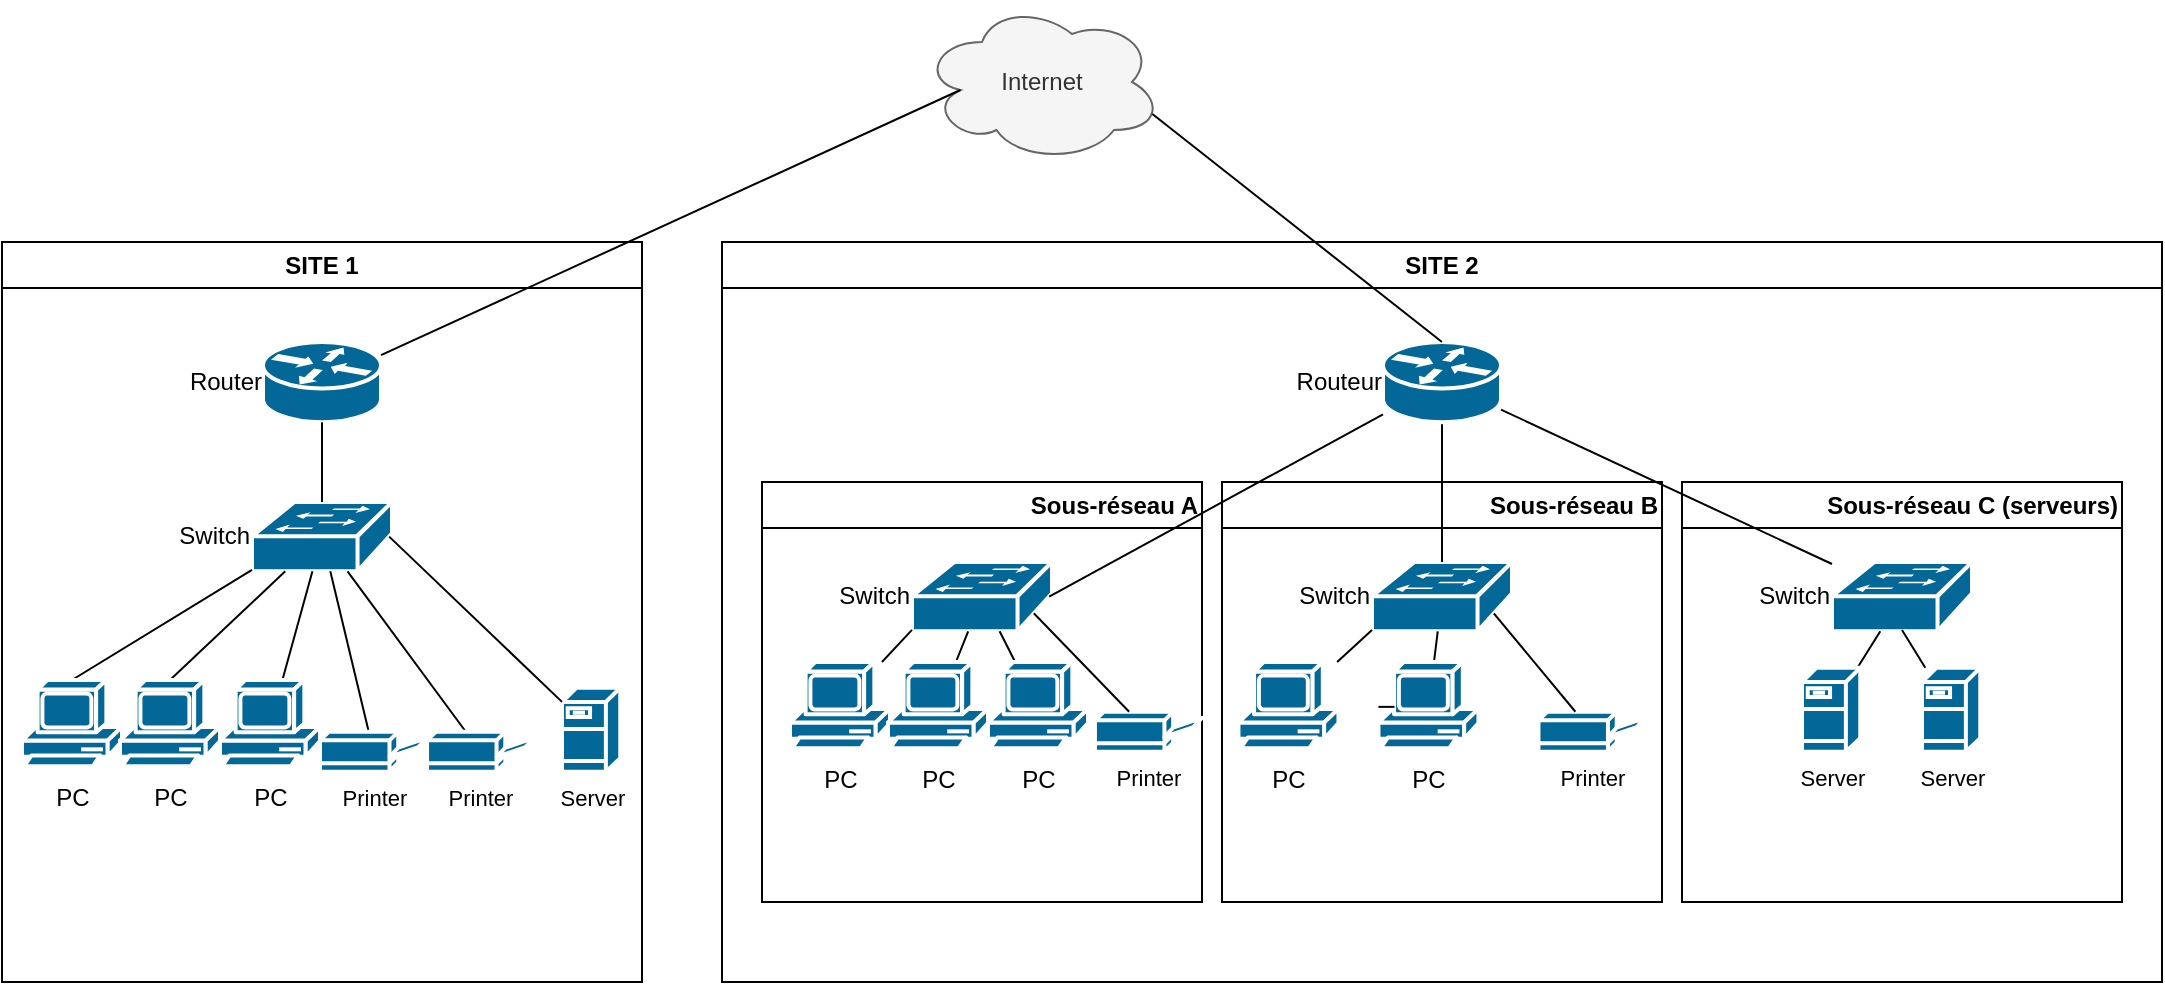
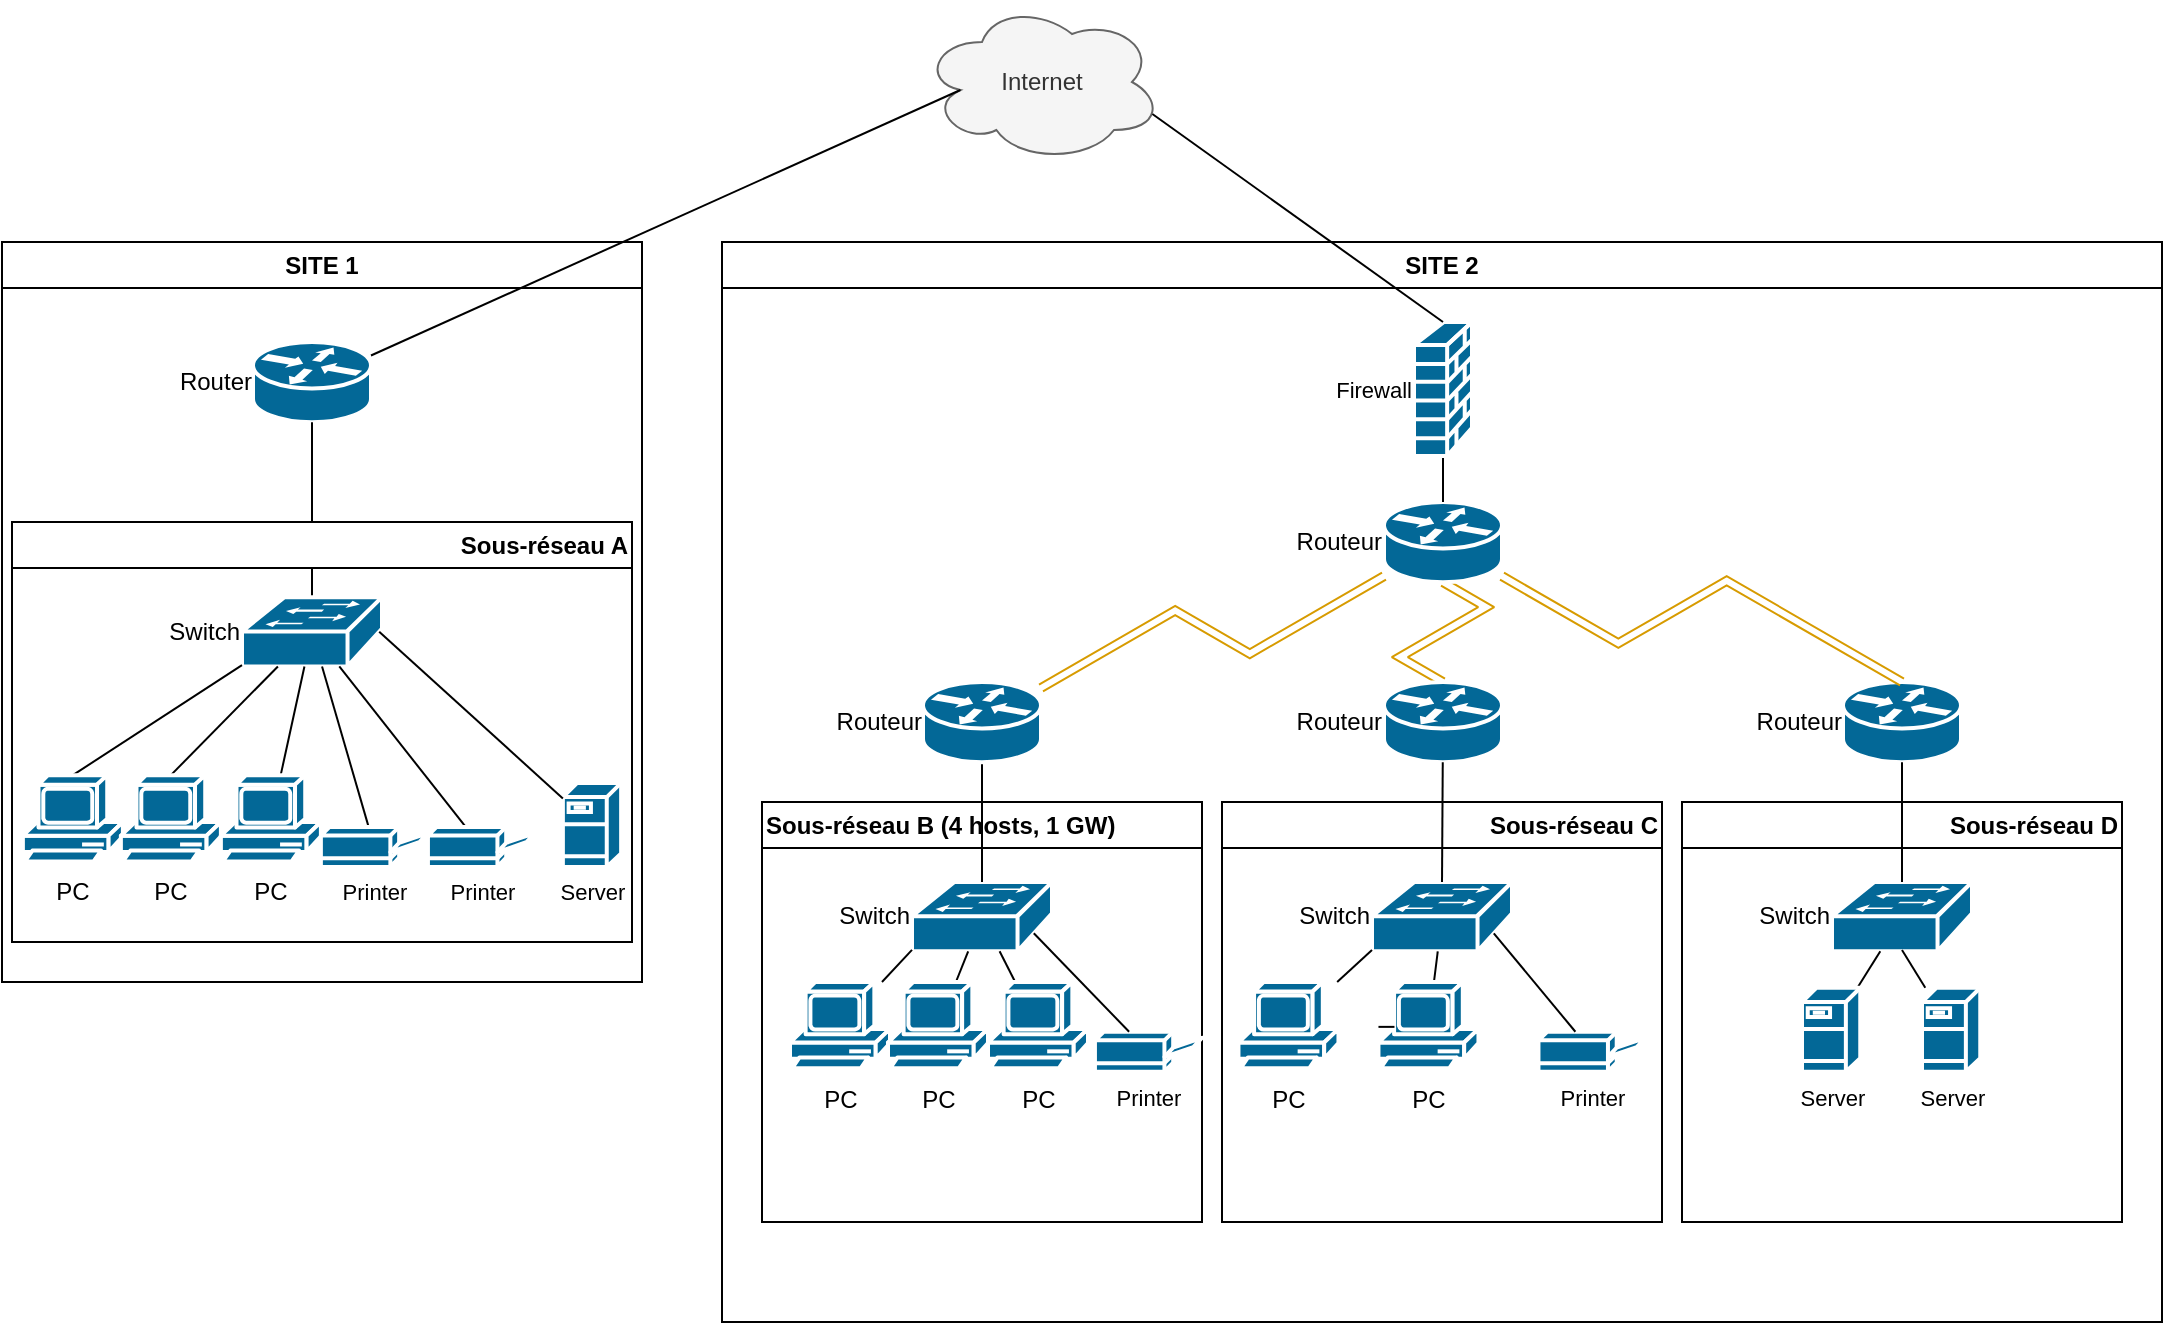
<mxfile host="app.diagrams.net">
  <diagram name="Page-1" id="ekn4VuCVdfrbBKzGEbSc">
-     <mxGraphModel dx="1285" dy="633" grid="1" gridSize="10" guides="1" tooltips="1" connect="1" arrows="1" fold="1" page="1" pageScale="1" pageWidth="827" pageHeight="1169" math="0" shadow="0">
+     <mxGraphModel dx="912" dy="449" grid="1" gridSize="10" guides="1" tooltips="1" connect="1" arrows="1" fold="1" page="1" pageScale="1" pageWidth="827" pageHeight="1169" math="0" shadow="0">
      <root>
        <mxCell id="0" />
        <mxCell id="1" parent="0" />
        <mxCell id="f7Ks8EoNQ2PZTetNXwv1-2496" parent="1" style="ellipse;shape=cloud;whiteSpace=wrap;html=1;fillColor=#f5f5f5;fontColor=#333333;strokeColor=#666666;" value="Internet" vertex="1">
          <mxGeometry height="80" width="120" x="480" y="70" as="geometry" />
        </mxCell>
        <mxCell id="f7Ks8EoNQ2PZTetNXwv1-2497" parent="1" style="swimlane;whiteSpace=wrap;html=1;startSize=23;" value="SITE 1" vertex="1">
          <mxGeometry height="370" width="320" x="20" y="190" as="geometry" />
        </mxCell>
        <mxCell id="f7Ks8EoNQ2PZTetNXwv1-2548" parent="f7Ks8EoNQ2PZTetNXwv1-2497" style="strokeColor=#ffffff;sketch=0;html=1;pointerEvents=1;dashed=0;fillColor=#036897;strokeWidth=2;verticalLabelPosition=middle;verticalAlign=middle;align=right;outlineConnect=0;shape=mxgraph.cisco.routers.router;labelBackgroundColor=none;labelPosition=left;" value="Router" vertex="1">
-           <mxGeometry height="40.09" width="59" x="130.5" y="50" as="geometry" />
+           <mxGeometry height="40.09" width="59" x="125.5" y="50" as="geometry" />
        </mxCell>
-         <mxCell id="f7Ks8EoNQ2PZTetNXwv1-2552" parent="f7Ks8EoNQ2PZTetNXwv1-2497" style="strokeColor=#ffffff;sketch=0;html=1;pointerEvents=1;dashed=0;fillColor=#036897;strokeWidth=2;verticalLabelPosition=middle;verticalAlign=middle;align=right;outlineConnect=0;shape=mxgraph.cisco.switches.workgroup_switch;labelPosition=left;" value="Switch" vertex="1">
-           <mxGeometry height="34.65" width="70" x="125" y="130" as="geometry" />
+         <mxCell id="f7Ks8EoNQ2PZTetNXwv1-2555" edge="1" parent="f7Ks8EoNQ2PZTetNXwv1-2497" source="mVMcnRNJooNBmQ9YAk_B-56" style="edgeStyle=orthogonalEdgeStyle;rounded=0;orthogonalLoop=1;jettySize=auto;html=1;entryX=0.5;entryY=1;entryDx=0;entryDy=0;entryPerimeter=0;endArrow=none;endFill=0;" target="f7Ks8EoNQ2PZTetNXwv1-2548">
+           <mxGeometry relative="1" as="geometry">
+             <mxPoint x="160.0666666666666" y="130" as="sourcePoint" />
+           </mxGeometry>
        </mxCell>
-         <mxCell id="f7Ks8EoNQ2PZTetNXwv1-2555" edge="1" parent="f7Ks8EoNQ2PZTetNXwv1-2497" source="f7Ks8EoNQ2PZTetNXwv1-2552" style="edgeStyle=orthogonalEdgeStyle;rounded=0;orthogonalLoop=1;jettySize=auto;html=1;entryX=0.5;entryY=1;entryDx=0;entryDy=0;entryPerimeter=0;endArrow=none;endFill=0;" target="f7Ks8EoNQ2PZTetNXwv1-2548">
+         <mxCell id="mVMcnRNJooNBmQ9YAk_B-55" parent="f7Ks8EoNQ2PZTetNXwv1-2497" style="swimlane;whiteSpace=wrap;html=1;align=right;" value="&lt;div align=&quot;right&quot;&gt;Sous-réseau A&lt;/div&gt;" vertex="1">
+           <mxGeometry height="210" width="310" x="5" y="140" as="geometry" />
+         </mxCell>
+         <mxCell id="mVMcnRNJooNBmQ9YAk_B-56" parent="mVMcnRNJooNBmQ9YAk_B-55" style="strokeColor=#ffffff;sketch=0;html=1;pointerEvents=1;dashed=0;fillColor=#036897;strokeWidth=2;verticalLabelPosition=middle;verticalAlign=middle;align=right;outlineConnect=0;shape=mxgraph.cisco.switches.workgroup_switch;labelPosition=left;" value="Switch" vertex="1">
+           <mxGeometry height="34.65" width="70" x="115" y="37.57" as="geometry" />
+         </mxCell>
+         <mxCell id="mVMcnRNJooNBmQ9YAk_B-57" edge="1" parent="mVMcnRNJooNBmQ9YAk_B-55" source="mVMcnRNJooNBmQ9YAk_B-58" style="rounded=0;orthogonalLoop=1;jettySize=auto;html=1;startArrow=none;startFill=0;endArrow=none;endFill=0;entryX=0;entryY=0.98;entryDx=0;entryDy=0;entryPerimeter=0;exitX=0.5;exitY=0;exitDx=0;exitDy=0;exitPerimeter=0;" target="mVMcnRNJooNBmQ9YAk_B-56">
          <mxGeometry relative="1" as="geometry" />
        </mxCell>
-         <mxCell id="f7Ks8EoNQ2PZTetNXwv1-2560" edge="1" parent="f7Ks8EoNQ2PZTetNXwv1-2497" source="f7Ks8EoNQ2PZTetNXwv1-2556" style="rounded=0;orthogonalLoop=1;jettySize=auto;html=1;startArrow=none;startFill=0;endArrow=none;endFill=0;entryX=0;entryY=0.98;entryDx=0;entryDy=0;entryPerimeter=0;exitX=0.5;exitY=0;exitDx=0;exitDy=0;exitPerimeter=0;" target="f7Ks8EoNQ2PZTetNXwv1-2552">
+         <mxCell id="mVMcnRNJooNBmQ9YAk_B-58" parent="mVMcnRNJooNBmQ9YAk_B-55" style="sketch=0;html=1;pointerEvents=1;dashed=0;fillColor=#036897;strokeColor=#ffffff;strokeWidth=2;verticalLabelPosition=bottom;verticalAlign=top;align=center;outlineConnect=0;shape=mxgraph.cisco.computers_and_peripherals.pc;" value="PC" vertex="1">
+           <mxGeometry height="44.87" width="50" x="5.439999999999997" y="126.57" as="geometry" />
+         </mxCell>
+         <mxCell id="mVMcnRNJooNBmQ9YAk_B-59" edge="1" parent="mVMcnRNJooNBmQ9YAk_B-55" source="mVMcnRNJooNBmQ9YAk_B-60" style="rounded=0;orthogonalLoop=1;jettySize=auto;html=1;endArrow=none;endFill=0;exitX=0.5;exitY=0;exitDx=0;exitDy=0;exitPerimeter=0;" target="mVMcnRNJooNBmQ9YAk_B-56">
          <mxGeometry relative="1" as="geometry" />
        </mxCell>
-         <mxCell id="f7Ks8EoNQ2PZTetNXwv1-2556" parent="f7Ks8EoNQ2PZTetNXwv1-2497" style="sketch=0;html=1;pointerEvents=1;dashed=0;fillColor=#036897;strokeColor=#ffffff;strokeWidth=2;verticalLabelPosition=bottom;verticalAlign=top;align=center;outlineConnect=0;shape=mxgraph.cisco.computers_and_peripherals.pc;" value="PC" vertex="1">
-           <mxGeometry height="44.87" width="50" x="10" y="219" as="geometry" />
+         <mxCell id="mVMcnRNJooNBmQ9YAk_B-60" parent="mVMcnRNJooNBmQ9YAk_B-55" style="sketch=0;html=1;pointerEvents=1;dashed=0;fillColor=#036897;strokeColor=#ffffff;strokeWidth=2;verticalLabelPosition=bottom;verticalAlign=top;align=center;outlineConnect=0;shape=mxgraph.cisco.computers_and_peripherals.pc;" value="PC" vertex="1">
+           <mxGeometry height="44.87" width="50" x="54.44" y="126.57" as="geometry" />
        </mxCell>
-         <mxCell id="f7Ks8EoNQ2PZTetNXwv1-2561" edge="1" parent="f7Ks8EoNQ2PZTetNXwv1-2497" source="f7Ks8EoNQ2PZTetNXwv1-2557" style="rounded=0;orthogonalLoop=1;jettySize=auto;html=1;endArrow=none;endFill=0;exitX=0.5;exitY=0;exitDx=0;exitDy=0;exitPerimeter=0;" target="f7Ks8EoNQ2PZTetNXwv1-2552">
+         <mxCell id="mVMcnRNJooNBmQ9YAk_B-61" edge="1" parent="mVMcnRNJooNBmQ9YAk_B-55" source="mVMcnRNJooNBmQ9YAk_B-62" style="edgeStyle=none;shape=connector;rounded=0;orthogonalLoop=1;jettySize=auto;html=1;strokeColor=default;align=center;verticalAlign=middle;fontFamily=Helvetica;fontSize=11;fontColor=default;labelBackgroundColor=default;endArrow=none;endFill=0;" target="mVMcnRNJooNBmQ9YAk_B-56">
          <mxGeometry relative="1" as="geometry" />
        </mxCell>
-         <mxCell id="f7Ks8EoNQ2PZTetNXwv1-2557" parent="f7Ks8EoNQ2PZTetNXwv1-2497" style="sketch=0;html=1;pointerEvents=1;dashed=0;fillColor=#036897;strokeColor=#ffffff;strokeWidth=2;verticalLabelPosition=bottom;verticalAlign=top;align=center;outlineConnect=0;shape=mxgraph.cisco.computers_and_peripherals.pc;" value="PC" vertex="1">
-           <mxGeometry height="44.87" width="50" x="59" y="219" as="geometry" />
+         <mxCell id="mVMcnRNJooNBmQ9YAk_B-62" parent="mVMcnRNJooNBmQ9YAk_B-55" style="sketch=0;html=1;pointerEvents=1;dashed=0;fillColor=#036897;strokeColor=#ffffff;strokeWidth=2;verticalLabelPosition=bottom;verticalAlign=top;align=center;outlineConnect=0;shape=mxgraph.cisco.computers_and_peripherals.pc;" value="PC" vertex="1">
+           <mxGeometry height="44.87" width="50" x="104.44" y="126.57" as="geometry" />
        </mxCell>
-         <mxCell id="f7Ks8EoNQ2PZTetNXwv1-2562" edge="1" parent="f7Ks8EoNQ2PZTetNXwv1-2497" source="f7Ks8EoNQ2PZTetNXwv1-2558" style="edgeStyle=none;shape=connector;rounded=0;orthogonalLoop=1;jettySize=auto;html=1;strokeColor=default;align=center;verticalAlign=middle;fontFamily=Helvetica;fontSize=11;fontColor=default;labelBackgroundColor=default;endArrow=none;endFill=0;" target="f7Ks8EoNQ2PZTetNXwv1-2552">
+         <mxCell id="mVMcnRNJooNBmQ9YAk_B-63" edge="1" parent="mVMcnRNJooNBmQ9YAk_B-55" source="mVMcnRNJooNBmQ9YAk_B-64" style="edgeStyle=none;shape=connector;rounded=0;orthogonalLoop=1;jettySize=auto;html=1;strokeColor=default;align=center;verticalAlign=middle;fontFamily=Helvetica;fontSize=11;fontColor=default;labelBackgroundColor=default;endArrow=none;endFill=0;" target="mVMcnRNJooNBmQ9YAk_B-56">
          <mxGeometry relative="1" as="geometry" />
        </mxCell>
-         <mxCell id="f7Ks8EoNQ2PZTetNXwv1-2558" parent="f7Ks8EoNQ2PZTetNXwv1-2497" style="sketch=0;html=1;pointerEvents=1;dashed=0;fillColor=#036897;strokeColor=#ffffff;strokeWidth=2;verticalLabelPosition=bottom;verticalAlign=top;align=center;outlineConnect=0;shape=mxgraph.cisco.computers_and_peripherals.pc;" value="PC" vertex="1">
-           <mxGeometry height="44.87" width="50" x="109" y="219" as="geometry" />
+         <mxCell id="mVMcnRNJooNBmQ9YAk_B-64" parent="mVMcnRNJooNBmQ9YAk_B-55" style="sketch=0;html=1;pointerEvents=1;dashed=0;fillColor=#036897;strokeColor=#ffffff;strokeWidth=2;verticalLabelPosition=bottom;verticalAlign=top;align=center;outlineConnect=0;shape=mxgraph.cisco.computers_and_peripherals.printer;fontFamily=Helvetica;fontSize=11;fontColor=default;labelBackgroundColor=default;" value="Printer" vertex="1">
+           <mxGeometry height="20" width="53.53" x="207.96999999999997" y="152.44" as="geometry" />
        </mxCell>
-         <mxCell id="f7Ks8EoNQ2PZTetNXwv1-2568" edge="1" parent="f7Ks8EoNQ2PZTetNXwv1-2497" source="f7Ks8EoNQ2PZTetNXwv1-2564" style="edgeStyle=none;shape=connector;rounded=0;orthogonalLoop=1;jettySize=auto;html=1;strokeColor=default;align=center;verticalAlign=middle;fontFamily=Helvetica;fontSize=11;fontColor=default;labelBackgroundColor=default;endArrow=none;endFill=0;" target="f7Ks8EoNQ2PZTetNXwv1-2552">
+         <mxCell id="mVMcnRNJooNBmQ9YAk_B-65" edge="1" parent="mVMcnRNJooNBmQ9YAk_B-55" source="mVMcnRNJooNBmQ9YAk_B-66" style="edgeStyle=none;shape=connector;rounded=0;orthogonalLoop=1;jettySize=auto;html=1;strokeColor=default;align=center;verticalAlign=middle;fontFamily=Helvetica;fontSize=11;fontColor=default;labelBackgroundColor=default;endArrow=none;endFill=0;" target="mVMcnRNJooNBmQ9YAk_B-56">
          <mxGeometry relative="1" as="geometry" />
        </mxCell>
-         <mxCell id="f7Ks8EoNQ2PZTetNXwv1-2564" parent="f7Ks8EoNQ2PZTetNXwv1-2497" style="sketch=0;html=1;pointerEvents=1;dashed=0;fillColor=#036897;strokeColor=#ffffff;strokeWidth=2;verticalLabelPosition=bottom;verticalAlign=top;align=center;outlineConnect=0;shape=mxgraph.cisco.computers_and_peripherals.printer;fontFamily=Helvetica;fontSize=11;fontColor=default;labelBackgroundColor=default;" value="Printer" vertex="1">
-           <mxGeometry height="20" width="53.53" x="212.53" y="244.87" as="geometry" />
+         <mxCell id="mVMcnRNJooNBmQ9YAk_B-66" parent="mVMcnRNJooNBmQ9YAk_B-55" style="sketch=0;html=1;pointerEvents=1;dashed=0;fillColor=#036897;strokeColor=#ffffff;strokeWidth=2;verticalLabelPosition=bottom;verticalAlign=top;align=center;outlineConnect=0;shape=mxgraph.cisco.computers_and_peripherals.printer;fontFamily=Helvetica;fontSize=11;fontColor=default;labelBackgroundColor=default;" value="Printer" vertex="1">
+           <mxGeometry height="20" width="53.53" x="154.44" y="152.44" as="geometry" />
        </mxCell>
-         <mxCell id="f7Ks8EoNQ2PZTetNXwv1-2567" edge="1" parent="f7Ks8EoNQ2PZTetNXwv1-2497" source="f7Ks8EoNQ2PZTetNXwv1-2565" style="edgeStyle=none;shape=connector;rounded=0;orthogonalLoop=1;jettySize=auto;html=1;strokeColor=default;align=center;verticalAlign=middle;fontFamily=Helvetica;fontSize=11;fontColor=default;labelBackgroundColor=default;endArrow=none;endFill=0;" target="f7Ks8EoNQ2PZTetNXwv1-2552">
-           <mxGeometry relative="1" as="geometry" />
+         <mxCell id="mVMcnRNJooNBmQ9YAk_B-67" parent="mVMcnRNJooNBmQ9YAk_B-55" style="strokeColor=#ffffff;sketch=0;html=1;pointerEvents=1;dashed=0;fillColor=#036897;strokeWidth=2;verticalLabelPosition=bottom;verticalAlign=top;align=center;outlineConnect=0;shape=mxgraph.cisco.servers.fileserver;fontFamily=Helvetica;fontSize=11;fontColor=default;labelBackgroundColor=default;" value="Server" vertex="1">
+           <mxGeometry height="42" width="29.13" x="275.44" y="130.44" as="geometry" />
        </mxCell>
-         <mxCell id="f7Ks8EoNQ2PZTetNXwv1-2565" parent="f7Ks8EoNQ2PZTetNXwv1-2497" style="sketch=0;html=1;pointerEvents=1;dashed=0;fillColor=#036897;strokeColor=#ffffff;strokeWidth=2;verticalLabelPosition=bottom;verticalAlign=top;align=center;outlineConnect=0;shape=mxgraph.cisco.computers_and_peripherals.printer;fontFamily=Helvetica;fontSize=11;fontColor=default;labelBackgroundColor=default;" value="Printer" vertex="1">
-           <mxGeometry height="20" width="53.53" x="159" y="244.87" as="geometry" />
-         </mxCell>
-         <mxCell id="f7Ks8EoNQ2PZTetNXwv1-2566" parent="f7Ks8EoNQ2PZTetNXwv1-2497" style="strokeColor=#ffffff;sketch=0;html=1;pointerEvents=1;dashed=0;fillColor=#036897;strokeWidth=2;verticalLabelPosition=bottom;verticalAlign=top;align=center;outlineConnect=0;shape=mxgraph.cisco.servers.fileserver;fontFamily=Helvetica;fontSize=11;fontColor=default;labelBackgroundColor=default;" value="Server" vertex="1">
-           <mxGeometry height="42" width="29.13" x="280" y="222.87" as="geometry" />
-         </mxCell>
-         <mxCell id="f7Ks8EoNQ2PZTetNXwv1-2569" edge="1" parent="f7Ks8EoNQ2PZTetNXwv1-2497" source="f7Ks8EoNQ2PZTetNXwv1-2566" style="edgeStyle=none;shape=connector;rounded=0;orthogonalLoop=1;jettySize=auto;html=1;entryX=0.98;entryY=0.5;entryDx=0;entryDy=0;entryPerimeter=0;strokeColor=default;align=center;verticalAlign=middle;fontFamily=Helvetica;fontSize=11;fontColor=default;labelBackgroundColor=default;endArrow=none;endFill=0;" target="f7Ks8EoNQ2PZTetNXwv1-2552">
+         <mxCell id="mVMcnRNJooNBmQ9YAk_B-68" edge="1" parent="mVMcnRNJooNBmQ9YAk_B-55" source="mVMcnRNJooNBmQ9YAk_B-67" style="edgeStyle=none;shape=connector;rounded=0;orthogonalLoop=1;jettySize=auto;html=1;entryX=0.98;entryY=0.5;entryDx=0;entryDy=0;entryPerimeter=0;strokeColor=default;align=center;verticalAlign=middle;fontFamily=Helvetica;fontSize=11;fontColor=default;labelBackgroundColor=default;endArrow=none;endFill=0;" target="mVMcnRNJooNBmQ9YAk_B-56">
          <mxGeometry relative="1" as="geometry" />
        </mxCell>
        <mxCell id="f7Ks8EoNQ2PZTetNXwv1-2513" parent="1" style="swimlane;whiteSpace=wrap;html=1;startSize=23;" value="SITE 2" vertex="1">
-           <mxGeometry height="370" width="720" x="380" y="190" as="geometry">
+           <mxGeometry height="540" width="720" x="380" y="190" as="geometry">
            <mxRectangle height="30" width="80" x="380" y="190" as="alternateBounds" />
          </mxGeometry>
        </mxCell>
-         <mxCell id="f7Ks8EoNQ2PZTetNXwv1-2515" parent="f7Ks8EoNQ2PZTetNXwv1-2513" style="swimlane;whiteSpace=wrap;html=1;align=right;" value="&lt;div align=&quot;right&quot;&gt;Sous-réseau A&lt;/div&gt;" vertex="1">
-           <mxGeometry height="210" width="220" x="20" y="120" as="geometry" />
+         <mxCell id="f7Ks8EoNQ2PZTetNXwv1-2515" parent="f7Ks8EoNQ2PZTetNXwv1-2513" style="swimlane;whiteSpace=wrap;html=1;align=left;" value="&lt;div align=&quot;left&quot;&gt;Sous-réseau B (4 hosts, 1 GW)&lt;/div&gt;" vertex="1">
+           <mxGeometry height="210" width="220" x="20" y="280" as="geometry" />
        </mxCell>
        <mxCell id="f7Ks8EoNQ2PZTetNXwv1-2570" parent="f7Ks8EoNQ2PZTetNXwv1-2515" style="strokeColor=#ffffff;sketch=0;html=1;pointerEvents=1;dashed=0;fillColor=#036897;strokeWidth=2;verticalLabelPosition=middle;verticalAlign=middle;align=right;outlineConnect=0;shape=mxgraph.cisco.switches.workgroup_switch;labelPosition=left;" value="Switch" vertex="1">
          <mxGeometry height="34.65" width="70" x="75" y="40" as="geometry" />
        </mxCell>
        <mxCell id="f7Ks8EoNQ2PZTetNXwv1-2576" parent="f7Ks8EoNQ2PZTetNXwv1-2515" style="sketch=0;html=1;pointerEvents=1;dashed=0;fillColor=#036897;strokeColor=#ffffff;strokeWidth=2;verticalLabelPosition=bottom;verticalAlign=top;align=center;outlineConnect=0;shape=mxgraph.cisco.computers_and_peripherals.pc;" value="PC" vertex="1">
          <mxGeometry height="44.87" width="50" x="14" y="90" as="geometry" />
        </mxCell>
        <mxCell id="f7Ks8EoNQ2PZTetNXwv1-2587" edge="1" parent="f7Ks8EoNQ2PZTetNXwv1-2515" source="f7Ks8EoNQ2PZTetNXwv1-2577" style="edgeStyle=none;shape=connector;rounded=0;orthogonalLoop=1;jettySize=auto;html=1;strokeColor=default;align=center;verticalAlign=middle;fontFamily=Helvetica;fontSize=11;fontColor=default;labelBackgroundColor=default;endArrow=none;endFill=0;" target="f7Ks8EoNQ2PZTetNXwv1-2570" value="">
          <mxGeometry relative="1" as="geometry" />
        </mxCell>
        <mxCell id="f7Ks8EoNQ2PZTetNXwv1-2577" parent="f7Ks8EoNQ2PZTetNXwv1-2515" style="sketch=0;html=1;pointerEvents=1;dashed=0;fillColor=#036897;strokeColor=#ffffff;strokeWidth=2;verticalLabelPosition=bottom;verticalAlign=top;align=center;outlineConnect=0;shape=mxgraph.cisco.computers_and_peripherals.pc;" value="PC" vertex="1">
          <mxGeometry height="44.87" width="50" x="63" y="90" as="geometry" />
        </mxCell>
        <mxCell id="f7Ks8EoNQ2PZTetNXwv1-2588" edge="1" parent="f7Ks8EoNQ2PZTetNXwv1-2515" source="f7Ks8EoNQ2PZTetNXwv1-2578" style="edgeStyle=none;shape=connector;rounded=0;orthogonalLoop=1;jettySize=auto;html=1;strokeColor=default;align=center;verticalAlign=middle;fontFamily=Helvetica;fontSize=11;fontColor=default;labelBackgroundColor=default;endArrow=none;endFill=0;" target="f7Ks8EoNQ2PZTetNXwv1-2570">
          <mxGeometry relative="1" as="geometry" />
        </mxCell>
        <mxCell id="f7Ks8EoNQ2PZTetNXwv1-2578" parent="f7Ks8EoNQ2PZTetNXwv1-2515" style="sketch=0;html=1;pointerEvents=1;dashed=0;fillColor=#036897;strokeColor=#ffffff;strokeWidth=2;verticalLabelPosition=bottom;verticalAlign=top;align=center;outlineConnect=0;shape=mxgraph.cisco.computers_and_peripherals.pc;" value="PC" vertex="1">
          <mxGeometry height="44.87" width="50" x="113" y="90" as="geometry" />
        </mxCell>
        <mxCell id="f7Ks8EoNQ2PZTetNXwv1-2583" parent="f7Ks8EoNQ2PZTetNXwv1-2515" style="sketch=0;html=1;pointerEvents=1;dashed=0;fillColor=#036897;strokeColor=#ffffff;strokeWidth=2;verticalLabelPosition=bottom;verticalAlign=top;align=center;outlineConnect=0;shape=mxgraph.cisco.computers_and_peripherals.printer;fontFamily=Helvetica;fontSize=11;fontColor=default;labelBackgroundColor=default;" value="Printer" vertex="1">
          <mxGeometry height="20" width="53.53" x="166.47000000000003" y="114.87" as="geometry" />
        </mxCell>
        <mxCell id="f7Ks8EoNQ2PZTetNXwv1-2586" edge="1" parent="f7Ks8EoNQ2PZTetNXwv1-2515" source="f7Ks8EoNQ2PZTetNXwv1-2576" style="edgeStyle=none;shape=connector;rounded=0;orthogonalLoop=1;jettySize=auto;html=1;entryX=0;entryY=0.98;entryDx=0;entryDy=0;entryPerimeter=0;strokeColor=default;align=center;verticalAlign=middle;fontFamily=Helvetica;fontSize=11;fontColor=default;labelBackgroundColor=default;endArrow=none;endFill=0;" target="f7Ks8EoNQ2PZTetNXwv1-2570">
          <mxGeometry relative="1" as="geometry" />
        </mxCell>
        <mxCell id="f7Ks8EoNQ2PZTetNXwv1-2589" edge="1" parent="f7Ks8EoNQ2PZTetNXwv1-2515" source="f7Ks8EoNQ2PZTetNXwv1-2583" style="edgeStyle=none;shape=connector;rounded=0;orthogonalLoop=1;jettySize=auto;html=1;entryX=0.87;entryY=0.74;entryDx=0;entryDy=0;entryPerimeter=0;strokeColor=default;align=center;verticalAlign=middle;fontFamily=Helvetica;fontSize=11;fontColor=default;labelBackgroundColor=default;endArrow=none;endFill=0;" target="f7Ks8EoNQ2PZTetNXwv1-2570">
          <mxGeometry relative="1" as="geometry" />
        </mxCell>
-         <mxCell id="f7Ks8EoNQ2PZTetNXwv1-2526" parent="f7Ks8EoNQ2PZTetNXwv1-2513" style="swimlane;whiteSpace=wrap;html=1;align=right;" value="&lt;div align=&quot;right&quot;&gt;Sous-réseau B&lt;/div&gt;" vertex="1">
-           <mxGeometry height="210" width="220" x="250" y="120" as="geometry" />
+         <mxCell id="f7Ks8EoNQ2PZTetNXwv1-2526" parent="f7Ks8EoNQ2PZTetNXwv1-2513" style="swimlane;whiteSpace=wrap;html=1;align=right;" value="&lt;div align=&quot;right&quot;&gt;Sous-réseau C&lt;/div&gt;" vertex="1">
+           <mxGeometry height="210" width="220" x="250" y="280" as="geometry" />
        </mxCell>
        <mxCell id="f7Ks8EoNQ2PZTetNXwv1-2571" parent="f7Ks8EoNQ2PZTetNXwv1-2526" style="strokeColor=#ffffff;sketch=0;html=1;pointerEvents=1;dashed=0;fillColor=#036897;strokeWidth=2;verticalLabelPosition=middle;verticalAlign=middle;align=right;outlineConnect=0;shape=mxgraph.cisco.switches.workgroup_switch;labelPosition=left;" value="Switch" vertex="1">
          <mxGeometry height="34.65" width="70" x="75" y="40" as="geometry" />
        </mxCell>
        <mxCell id="f7Ks8EoNQ2PZTetNXwv1-2590" edge="1" parent="f7Ks8EoNQ2PZTetNXwv1-2526" source="f7Ks8EoNQ2PZTetNXwv1-2579" style="edgeStyle=none;shape=connector;rounded=0;orthogonalLoop=1;jettySize=auto;html=1;strokeColor=default;align=center;verticalAlign=middle;fontFamily=Helvetica;fontSize=11;fontColor=default;labelBackgroundColor=default;endArrow=none;endFill=0;entryX=0;entryY=0.98;entryDx=0;entryDy=0;entryPerimeter=0;" target="f7Ks8EoNQ2PZTetNXwv1-2571">
          <mxGeometry relative="1" as="geometry" />
        </mxCell>
        <mxCell id="f7Ks8EoNQ2PZTetNXwv1-2579" parent="f7Ks8EoNQ2PZTetNXwv1-2526" style="sketch=0;html=1;pointerEvents=1;dashed=0;fillColor=#036897;strokeColor=#ffffff;strokeWidth=2;verticalLabelPosition=bottom;verticalAlign=top;align=center;outlineConnect=0;shape=mxgraph.cisco.computers_and_peripherals.pc;" value="PC" vertex="1">
          <mxGeometry height="44.87" width="50" x="8.23" y="90" as="geometry" />
        </mxCell>
        <mxCell id="f7Ks8EoNQ2PZTetNXwv1-2591" edge="1" parent="f7Ks8EoNQ2PZTetNXwv1-2526" source="f7Ks8EoNQ2PZTetNXwv1-2580" style="edgeStyle=none;shape=connector;rounded=0;orthogonalLoop=1;jettySize=auto;html=1;strokeColor=default;align=center;verticalAlign=middle;fontFamily=Helvetica;fontSize=11;fontColor=default;labelBackgroundColor=default;endArrow=none;endFill=0;" target="f7Ks8EoNQ2PZTetNXwv1-2571">
          <mxGeometry relative="1" as="geometry" />
        </mxCell>
        <mxCell id="f7Ks8EoNQ2PZTetNXwv1-2580" parent="f7Ks8EoNQ2PZTetNXwv1-2526" style="sketch=0;html=1;pointerEvents=1;dashed=0;fillColor=#036897;strokeColor=#ffffff;strokeWidth=2;verticalLabelPosition=bottom;verticalAlign=top;align=center;outlineConnect=0;shape=mxgraph.cisco.computers_and_peripherals.pc;" value="PC" vertex="1">
          <mxGeometry height="44.87" width="50" x="78.23" y="90" as="geometry" />
        </mxCell>
        <mxCell id="f7Ks8EoNQ2PZTetNXwv1-2582" edge="1" parent="f7Ks8EoNQ2PZTetNXwv1-2526" source="f7Ks8EoNQ2PZTetNXwv1-2580" style="edgeStyle=none;shape=connector;rounded=0;orthogonalLoop=1;jettySize=auto;html=1;exitX=0.16;exitY=0.5;exitDx=0;exitDy=0;exitPerimeter=0;strokeColor=default;align=center;verticalAlign=middle;fontFamily=Helvetica;fontSize=11;fontColor=default;labelBackgroundColor=default;endArrow=none;endFill=0;" target="f7Ks8EoNQ2PZTetNXwv1-2580">
          <mxGeometry relative="1" as="geometry" />
        </mxCell>
        <mxCell id="f7Ks8EoNQ2PZTetNXwv1-2584" parent="f7Ks8EoNQ2PZTetNXwv1-2526" style="sketch=0;html=1;pointerEvents=1;dashed=0;fillColor=#036897;strokeColor=#ffffff;strokeWidth=2;verticalLabelPosition=bottom;verticalAlign=top;align=center;outlineConnect=0;shape=mxgraph.cisco.computers_and_peripherals.printer;fontFamily=Helvetica;fontSize=11;fontColor=default;labelBackgroundColor=default;" value="Printer" vertex="1">
          <mxGeometry height="20" width="53.53" x="158.23" y="114.87" as="geometry" />
        </mxCell>
        <mxCell id="f7Ks8EoNQ2PZTetNXwv1-2592" edge="1" parent="f7Ks8EoNQ2PZTetNXwv1-2526" source="f7Ks8EoNQ2PZTetNXwv1-2584" style="edgeStyle=none;shape=connector;rounded=0;orthogonalLoop=1;jettySize=auto;html=1;entryX=0.87;entryY=0.74;entryDx=0;entryDy=0;entryPerimeter=0;strokeColor=default;align=center;verticalAlign=middle;fontFamily=Helvetica;fontSize=11;fontColor=default;labelBackgroundColor=default;endArrow=none;endFill=0;" target="f7Ks8EoNQ2PZTetNXwv1-2571">
          <mxGeometry relative="1" as="geometry" />
        </mxCell>
-         <mxCell id="f7Ks8EoNQ2PZTetNXwv1-2537" parent="f7Ks8EoNQ2PZTetNXwv1-2513" style="swimlane;whiteSpace=wrap;html=1;align=right;" value="&lt;div align=&quot;right&quot;&gt;Sous-réseau C (serveurs)&lt;/div&gt;" vertex="1">
-           <mxGeometry height="210" width="220" x="480" y="120" as="geometry" />
+         <mxCell id="f7Ks8EoNQ2PZTetNXwv1-2537" parent="f7Ks8EoNQ2PZTetNXwv1-2513" style="swimlane;whiteSpace=wrap;html=1;align=right;" value="&lt;div align=&quot;right&quot;&gt;Sous-réseau D&lt;/div&gt;" vertex="1">
+           <mxGeometry height="210" width="220" x="480" y="280" as="geometry" />
        </mxCell>
        <mxCell id="f7Ks8EoNQ2PZTetNXwv1-2572" parent="f7Ks8EoNQ2PZTetNXwv1-2537" style="strokeColor=#ffffff;sketch=0;html=1;pointerEvents=1;dashed=0;fillColor=#036897;strokeWidth=2;verticalLabelPosition=middle;verticalAlign=middle;align=right;outlineConnect=0;shape=mxgraph.cisco.switches.workgroup_switch;labelPosition=left;" value="Switch" vertex="1">
          <mxGeometry height="34.65" width="70" x="75" y="40" as="geometry" />
        </mxCell>
        <mxCell id="f7Ks8EoNQ2PZTetNXwv1-2595" edge="1" parent="f7Ks8EoNQ2PZTetNXwv1-2537" source="f7Ks8EoNQ2PZTetNXwv1-2594" style="edgeStyle=none;shape=connector;rounded=0;orthogonalLoop=1;jettySize=auto;html=1;strokeColor=default;align=center;verticalAlign=middle;fontFamily=Helvetica;fontSize=11;fontColor=default;labelBackgroundColor=default;endArrow=none;endFill=0;" target="f7Ks8EoNQ2PZTetNXwv1-2572">
          <mxGeometry relative="1" as="geometry" />
        </mxCell>
        <mxCell id="f7Ks8EoNQ2PZTetNXwv1-2594" parent="f7Ks8EoNQ2PZTetNXwv1-2537" style="strokeColor=#ffffff;sketch=0;html=1;pointerEvents=1;dashed=0;fillColor=#036897;strokeWidth=2;verticalLabelPosition=bottom;verticalAlign=top;align=center;outlineConnect=0;shape=mxgraph.cisco.servers.fileserver;fontFamily=Helvetica;fontSize=11;fontColor=default;labelBackgroundColor=default;" value="Server" vertex="1">
          <mxGeometry height="42" width="29.13" x="60" y="92.87" as="geometry" />
        </mxCell>
        <mxCell id="f7Ks8EoNQ2PZTetNXwv1-2593" parent="f7Ks8EoNQ2PZTetNXwv1-2537" style="strokeColor=#ffffff;sketch=0;html=1;pointerEvents=1;dashed=0;fillColor=#036897;strokeWidth=2;verticalLabelPosition=bottom;verticalAlign=top;align=center;outlineConnect=0;shape=mxgraph.cisco.servers.fileserver;fontFamily=Helvetica;fontSize=11;fontColor=default;labelBackgroundColor=default;" value="Server" vertex="1">
          <mxGeometry height="42" width="29.13" x="120" y="92.87" as="geometry" />
        </mxCell>
        <mxCell id="f7Ks8EoNQ2PZTetNXwv1-2596" edge="1" parent="f7Ks8EoNQ2PZTetNXwv1-2537" source="f7Ks8EoNQ2PZTetNXwv1-2593" style="edgeStyle=none;shape=connector;rounded=0;orthogonalLoop=1;jettySize=auto;html=1;entryX=0.5;entryY=0.98;entryDx=0;entryDy=0;entryPerimeter=0;strokeColor=default;align=center;verticalAlign=middle;fontFamily=Helvetica;fontSize=11;fontColor=default;labelBackgroundColor=default;endArrow=none;endFill=0;" target="f7Ks8EoNQ2PZTetNXwv1-2572">
          <mxGeometry relative="1" as="geometry" />
        </mxCell>
-         <mxCell id="f7Ks8EoNQ2PZTetNXwv1-2574" edge="1" parent="f7Ks8EoNQ2PZTetNXwv1-2513" source="f7Ks8EoNQ2PZTetNXwv1-2563" style="edgeStyle=none;shape=connector;rounded=0;orthogonalLoop=1;jettySize=auto;html=1;strokeColor=default;align=center;verticalAlign=middle;fontFamily=Helvetica;fontSize=11;fontColor=default;labelBackgroundColor=default;endArrow=none;endFill=0;" target="f7Ks8EoNQ2PZTetNXwv1-2571">
+         <mxCell id="mVMcnRNJooNBmQ9YAk_B-15" edge="1" parent="f7Ks8EoNQ2PZTetNXwv1-2513" source="f7Ks8EoNQ2PZTetNXwv1-2563" style="edgeStyle=isometricEdgeStyle;shape=link;rounded=0;orthogonalLoop=1;jettySize=auto;html=1;strokeColor=#d79b00;align=center;verticalAlign=middle;fontFamily=Helvetica;fontSize=11;fontColor=default;labelBackgroundColor=default;endArrow=none;endFill=0;jumpStyle=sharp;shadow=0;flowAnimation=0;fillColor=#ffe6cc;" target="mVMcnRNJooNBmQ9YAk_B-2">
          <mxGeometry relative="1" as="geometry" />
        </mxCell>
-         <mxCell id="f7Ks8EoNQ2PZTetNXwv1-2575" edge="1" parent="f7Ks8EoNQ2PZTetNXwv1-2513" source="f7Ks8EoNQ2PZTetNXwv1-2563" style="edgeStyle=none;shape=connector;rounded=0;orthogonalLoop=1;jettySize=auto;html=1;strokeColor=default;align=center;verticalAlign=middle;fontFamily=Helvetica;fontSize=11;fontColor=default;labelBackgroundColor=default;endArrow=none;endFill=0;" target="f7Ks8EoNQ2PZTetNXwv1-2572">
-           <mxGeometry relative="1" as="geometry">
-             <mxPoint x="480" y="100" as="targetPoint" />
-           </mxGeometry>
+         <mxCell id="mVMcnRNJooNBmQ9YAk_B-17" edge="1" parent="f7Ks8EoNQ2PZTetNXwv1-2513" source="f7Ks8EoNQ2PZTetNXwv1-2563" style="edgeStyle=isometricEdgeStyle;shape=link;rounded=0;orthogonalLoop=1;jettySize=auto;html=1;strokeColor=#d79b00;align=center;verticalAlign=middle;fontFamily=Helvetica;fontSize=11;fontColor=default;labelBackgroundColor=default;endArrow=none;endFill=0;exitX=0.5;exitY=1;exitDx=0;exitDy=0;exitPerimeter=0;elbow=vertical;entryX=0.5;entryY=0;entryDx=0;entryDy=0;entryPerimeter=0;fillColor=#ffe6cc;" target="mVMcnRNJooNBmQ9YAk_B-3">
+           <mxGeometry relative="1" as="geometry" />
        </mxCell>
        <mxCell id="f7Ks8EoNQ2PZTetNXwv1-2563" parent="f7Ks8EoNQ2PZTetNXwv1-2513" style="strokeColor=#ffffff;sketch=0;html=1;pointerEvents=1;dashed=0;fillColor=#036897;strokeWidth=2;verticalLabelPosition=middle;verticalAlign=middle;align=right;outlineConnect=0;shape=mxgraph.cisco.routers.router;labelBackgroundColor=none;labelPosition=left;" value="&lt;span style=&quot;&quot;&gt;Routeur&lt;/span&gt;" vertex="1">
-           <mxGeometry height="40.09" width="59" x="330.5" y="50" as="geometry" />
+           <mxGeometry height="40.09" width="59" x="331" y="130" as="geometry" />
        </mxCell>
-         <mxCell id="f7Ks8EoNQ2PZTetNXwv1-2573" edge="1" parent="f7Ks8EoNQ2PZTetNXwv1-2513" source="f7Ks8EoNQ2PZTetNXwv1-2563" style="edgeStyle=none;shape=connector;rounded=0;orthogonalLoop=1;jettySize=auto;html=1;entryX=0.98;entryY=0.5;entryDx=0;entryDy=0;entryPerimeter=0;strokeColor=default;align=center;verticalAlign=middle;fontFamily=Helvetica;fontSize=11;fontColor=default;labelBackgroundColor=default;endArrow=none;endFill=0;" target="f7Ks8EoNQ2PZTetNXwv1-2570">
+         <mxCell id="mVMcnRNJooNBmQ9YAk_B-19" edge="1" parent="f7Ks8EoNQ2PZTetNXwv1-2513" source="mVMcnRNJooNBmQ9YAk_B-2" style="edgeStyle=none;shape=connector;rounded=0;orthogonalLoop=1;jettySize=auto;html=1;strokeColor=default;align=center;verticalAlign=middle;fontFamily=Helvetica;fontSize=11;fontColor=default;labelBackgroundColor=default;endArrow=none;endFill=0;" target="f7Ks8EoNQ2PZTetNXwv1-2570">
+           <mxGeometry relative="1" as="geometry" />
+         </mxCell>
+         <mxCell id="mVMcnRNJooNBmQ9YAk_B-2" parent="f7Ks8EoNQ2PZTetNXwv1-2513" style="strokeColor=#ffffff;sketch=0;html=1;pointerEvents=1;dashed=0;fillColor=#036897;strokeWidth=2;verticalLabelPosition=middle;verticalAlign=middle;align=right;outlineConnect=0;shape=mxgraph.cisco.routers.router;labelBackgroundColor=none;labelPosition=left;" value="&lt;span style=&quot;&quot;&gt;Routeur&lt;/span&gt;" vertex="1">
+           <mxGeometry height="40.09" width="59" x="100.5" y="220.00000000000003" as="geometry" />
+         </mxCell>
+         <mxCell id="mVMcnRNJooNBmQ9YAk_B-3" parent="f7Ks8EoNQ2PZTetNXwv1-2513" style="strokeColor=#ffffff;sketch=0;html=1;pointerEvents=1;dashed=0;fillColor=#036897;strokeWidth=2;verticalLabelPosition=middle;verticalAlign=middle;align=right;outlineConnect=0;shape=mxgraph.cisco.routers.router;labelBackgroundColor=none;labelPosition=left;" value="&lt;span style=&quot;&quot;&gt;Routeur&lt;/span&gt;" vertex="1">
+           <mxGeometry height="40.09" width="59" x="331" y="220" as="geometry" />
+         </mxCell>
+         <mxCell id="mVMcnRNJooNBmQ9YAk_B-5" parent="f7Ks8EoNQ2PZTetNXwv1-2513" style="strokeColor=#ffffff;sketch=0;html=1;pointerEvents=1;dashed=0;fillColor=#036897;strokeWidth=2;verticalLabelPosition=middle;verticalAlign=middle;align=right;outlineConnect=0;shape=mxgraph.cisco.routers.router;labelBackgroundColor=none;labelPosition=left;" value="&lt;span style=&quot;&quot;&gt;Routeur&lt;/span&gt;" vertex="1">
+           <mxGeometry height="40.09" width="59" x="560.5" y="220" as="geometry" />
+         </mxCell>
+         <mxCell id="mVMcnRNJooNBmQ9YAk_B-7" edge="1" parent="f7Ks8EoNQ2PZTetNXwv1-2513" source="mVMcnRNJooNBmQ9YAk_B-6" style="edgeStyle=none;shape=connector;rounded=0;orthogonalLoop=1;jettySize=auto;html=1;strokeColor=default;align=center;verticalAlign=middle;fontFamily=Helvetica;fontSize=11;fontColor=default;labelBackgroundColor=default;endArrow=none;endFill=0;" target="f7Ks8EoNQ2PZTetNXwv1-2563">
+           <mxGeometry relative="1" as="geometry" />
+         </mxCell>
+         <mxCell id="mVMcnRNJooNBmQ9YAk_B-6" parent="f7Ks8EoNQ2PZTetNXwv1-2513" style="strokeColor=#ffffff;sketch=0;html=1;pointerEvents=1;dashed=0;fillColor=#036897;strokeWidth=2;verticalLabelPosition=middle;verticalAlign=middle;align=right;outlineConnect=0;shape=mxgraph.cisco.security.firewall;fontFamily=Helvetica;fontSize=11;fontColor=default;labelBackgroundColor=default;labelPosition=left;" value="Firewall" vertex="1">
+           <mxGeometry height="67" width="28.999999999999996" x="346" y="40" as="geometry" />
+         </mxCell>
+         <mxCell id="mVMcnRNJooNBmQ9YAk_B-18" edge="1" parent="f7Ks8EoNQ2PZTetNXwv1-2513" source="f7Ks8EoNQ2PZTetNXwv1-2563" style="edgeStyle=isometricEdgeStyle;shape=link;rounded=0;orthogonalLoop=1;jettySize=auto;html=1;entryX=0.5;entryY=0;entryDx=0;entryDy=0;entryPerimeter=0;strokeColor=#d79b00;align=center;verticalAlign=middle;fontFamily=Helvetica;fontSize=11;fontColor=default;labelBackgroundColor=default;endArrow=none;endFill=0;elbow=vertical;fillColor=#ffe6cc;" target="mVMcnRNJooNBmQ9YAk_B-5">
+           <mxGeometry relative="1" as="geometry" />
+         </mxCell>
+         <mxCell id="mVMcnRNJooNBmQ9YAk_B-20" edge="1" parent="f7Ks8EoNQ2PZTetNXwv1-2513" source="mVMcnRNJooNBmQ9YAk_B-3" style="edgeStyle=none;shape=connector;rounded=0;orthogonalLoop=1;jettySize=auto;html=1;entryX=0.5;entryY=0;entryDx=0;entryDy=0;entryPerimeter=0;strokeColor=default;align=center;verticalAlign=middle;fontFamily=Helvetica;fontSize=11;fontColor=default;labelBackgroundColor=default;endArrow=none;endFill=0;" target="f7Ks8EoNQ2PZTetNXwv1-2571">
+           <mxGeometry relative="1" as="geometry" />
+         </mxCell>
+         <mxCell id="mVMcnRNJooNBmQ9YAk_B-21" edge="1" parent="f7Ks8EoNQ2PZTetNXwv1-2513" source="mVMcnRNJooNBmQ9YAk_B-5" style="edgeStyle=none;shape=connector;rounded=0;orthogonalLoop=1;jettySize=auto;html=1;entryX=0.5;entryY=0;entryDx=0;entryDy=0;entryPerimeter=0;strokeColor=default;align=center;verticalAlign=middle;fontFamily=Helvetica;fontSize=11;fontColor=default;labelBackgroundColor=default;endArrow=none;endFill=0;" target="f7Ks8EoNQ2PZTetNXwv1-2572">
          <mxGeometry relative="1" as="geometry" />
        </mxCell>
        <mxCell id="f7Ks8EoNQ2PZTetNXwv1-2549" edge="1" parent="1" source="f7Ks8EoNQ2PZTetNXwv1-2548" style="rounded=0;orthogonalLoop=1;jettySize=auto;html=1;entryX=0.16;entryY=0.55;entryDx=0;entryDy=0;entryPerimeter=0;strokeColor=default;endArrow=none;endFill=0;" target="f7Ks8EoNQ2PZTetNXwv1-2496">
          <mxGeometry relative="1" as="geometry" />
        </mxCell>
-         <mxCell id="f7Ks8EoNQ2PZTetNXwv1-2551" edge="1" parent="1" source="f7Ks8EoNQ2PZTetNXwv1-2563" style="rounded=0;orthogonalLoop=1;jettySize=auto;html=1;entryX=0.96;entryY=0.7;entryDx=0;entryDy=0;entryPerimeter=0;endArrow=none;endFill=0;exitX=0.5;exitY=0;exitDx=0;exitDy=0;exitPerimeter=0;" target="f7Ks8EoNQ2PZTetNXwv1-2496">
+         <mxCell id="f7Ks8EoNQ2PZTetNXwv1-2551" edge="1" parent="1" source="mVMcnRNJooNBmQ9YAk_B-6" style="rounded=0;orthogonalLoop=1;jettySize=auto;html=1;entryX=0.96;entryY=0.7;entryDx=0;entryDy=0;entryPerimeter=0;endArrow=none;endFill=0;exitX=0.5;exitY=0;exitDx=0;exitDy=0;exitPerimeter=0;" target="f7Ks8EoNQ2PZTetNXwv1-2496">
          <mxGeometry relative="1" as="geometry">
            <mxPoint x="710.5961685823756" y="230" as="sourcePoint" />
          </mxGeometry>
        </mxCell>
      </root>
    </mxGraphModel>
  </diagram>
</mxfile>
